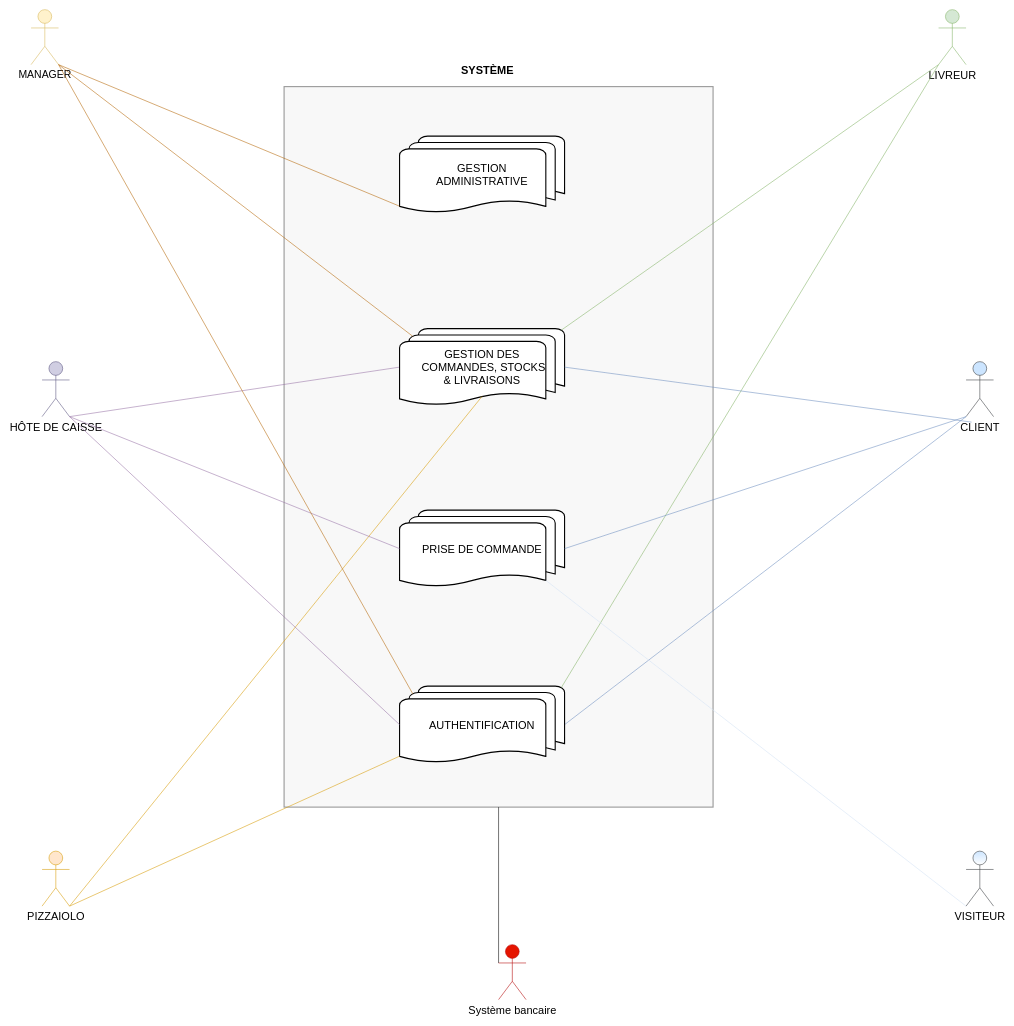
This is Client/Untitled Diagram.drawio from OMorlotti/P4-analyser-les-besoin-de-mon-client-pour-son-groupe-de-pizzerias, a draw.io file, before an edit. Source tidied: cells renumbered, new cells numbered last; positions are measured from the earlier drawing's top-left corner, leaving out a move shared by most shapes. Both pictures are drawn from the tidied source at 55%, with x=0, y=0 at pixel (31, 9).
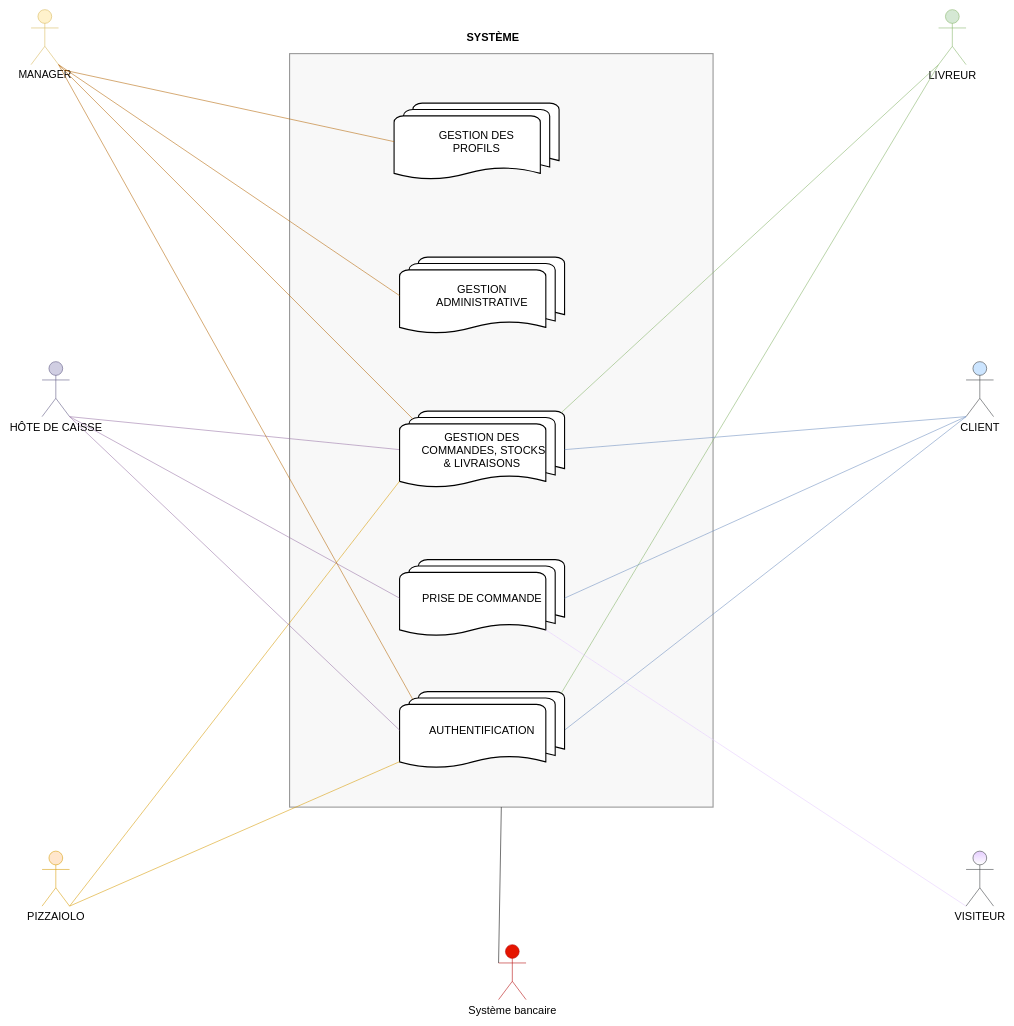
The same diagram, later.

Unchanged cells that the change refers to:
```xml
<mxCell id="3" value="&lt;font style=&quot;font-size: 20px&quot;&gt;CLIENT&lt;/font&gt;" style="shape=umlActor;verticalLabelPosition=bottom;labelBackgroundColor=#ffffff;verticalAlign=top;html=1;outlineConnect=0;fillColor=#cce5ff;strokeColor=#36393d;" parent="1" vertex="1">
  <mxGeometry x="1700" y="640" width="50" height="100" as="geometry" />
</mxCell>
<mxCell id="4" value="&lt;font style=&quot;font-size: 19px&quot;&gt;MANAGER&lt;/font&gt;" style="shape=umlActor;verticalLabelPosition=bottom;labelBackgroundColor=#ffffff;verticalAlign=top;html=1;outlineConnect=0;fillColor=#fff2cc;strokeColor=#d6b656;" parent="1" vertex="1">
  <mxGeometry width="50" height="100" as="geometry" />
</mxCell>
<mxCell id="7" value="&lt;font style=&quot;font-size: 20px&quot;&gt;PIZZAIOLO&lt;/font&gt;" style="shape=umlActor;verticalLabelPosition=bottom;labelBackgroundColor=#ffffff;verticalAlign=top;html=1;outlineConnect=0;fillColor=#ffe6cc;strokeColor=#d79b00;" parent="1" vertex="1">
  <mxGeometry x="20" y="1530" width="50" height="100" as="geometry" />
</mxCell>
```

The edit, as a diff of the source:
```diff
@@
     <mxCell id="2" style="rounded=0;whiteSpace=wrap;html=1;fillColor=#eeeeee;strokeColor=#000000;opacity=40;strokeWidth=2;" parent="1" vertex="1">
-      <mxGeometry x="460" y="140" width="780" height="1310" as="geometry" />
+      <mxGeometry x="470" y="80" width="770" height="1370" as="geometry" />
     </mxCell>
@@
     <mxCell id="11" value="&lt;font style=&quot;font-size: 20px&quot;&gt;AUTHENTIFICATION&lt;/font&gt;" style="strokeWidth=2;html=1;shape=mxgraph.flowchart.multi-document;whiteSpace=wrap;gradientColor=none;align=center;" parent="1" vertex="1">
-      <mxGeometry x="670" y="1230" width="300" height="140" as="geometry" />
+      <mxGeometry x="670" y="1240" width="300" height="140" as="geometry" />
     </mxCell>
     <mxCell id="12" value="&lt;span style=&quot;font-size: 20px&quot;&gt;PRISE DE COMMANDE&lt;/span&gt;" style="strokeWidth=2;html=1;shape=mxgraph.flowchart.multi-document;whiteSpace=wrap;gradientColor=none;align=center;" parent="1" vertex="1">
-      <mxGeometry x="670" y="910" width="300" height="140" as="geometry" />
+      <mxGeometry x="670" y="1000" width="300" height="140" as="geometry" />
     </mxCell>
     <mxCell id="13" value="&lt;span style=&quot;font-size: 20px&quot;&gt;GESTION&lt;br&gt;ADMINISTRATIVE&lt;/span&gt;" style="strokeWidth=2;html=1;shape=mxgraph.flowchart.multi-document;whiteSpace=wrap;gradientColor=none;align=center;" parent="1" vertex="1">
-      <mxGeometry x="670" y="230" width="300" height="140" as="geometry" />
+      <mxGeometry x="670" y="450" width="300" height="140" as="geometry" />
     </mxCell>
     <mxCell id="14" value="&lt;font style=&quot;font-size: 20px&quot;&gt;GESTION DES&lt;br&gt;&amp;nbsp;COMMANDES, STOCKS&lt;br&gt;&amp;amp; LIVRAISONS&lt;br&gt;&lt;/font&gt;" style="strokeWidth=2;html=1;shape=mxgraph.flowchart.multi-document;whiteSpace=wrap;gradientColor=none;align=center;" parent="1" vertex="1">
-      <mxGeometry x="670" y="580" width="300" height="140" as="geometry" />
+      <mxGeometry x="670" y="730" width="300" height="140" as="geometry" />
     </mxCell>
@@
-    <mxCell id="16" style="endArrow=none;html=1;entryX=0.5;entryY=0.88;entryDx=0;entryDy=0;entryPerimeter=0;fillColor=#ffe6cc;strokeColor=#d79b00;exitX=1;exitY=1;exitDx=0;exitDy=0;exitPerimeter=0;" parent="1" edge="1" source="7" target="14">
+    <mxCell id="16" style="endArrow=none;html=1;entryX=0;entryY=0.91;entryDx=0;entryDy=0;entryPerimeter=0;fillColor=#ffe6cc;strokeColor=#d79b00;exitX=1;exitY=1;exitDx=0;exitDy=0;exitPerimeter=0;" parent="1" edge="1" source="7" target="14">
       <mxGeometry relative="1" as="geometry" />
     </mxCell>
@@
-    <mxCell id="23" style="endArrow=none;html=1;exitX=1;exitY=1;exitDx=0;exitDy=0;exitPerimeter=0;fillColor=#fad7ac;strokeColor=#b46504;entryX=0;entryY=0.91;entryDx=0;entryDy=0;entryPerimeter=0;endFill=0;" parent="1" edge="1" source="4" target="13">
+    <mxCell id="23" style="endArrow=none;html=1;exitX=1;exitY=1;exitDx=0;exitDy=0;exitPerimeter=0;fillColor=#fad7ac;strokeColor=#b46504;entryX=0;entryY=0.5;entryDx=0;entryDy=0;entryPerimeter=0;endFill=0;" parent="1" edge="1" source="4" target="13">
       <mxGeometry relative="1" as="geometry" />
     </mxCell>
@@
     <mxCell id="25" value="&lt;font style=&quot;font-size: 20px&quot;&gt;&lt;b&gt;SYSTÈME&lt;/b&gt;&lt;/font&gt;" style="text;html=1;strokeColor=none;fillColor=none;align=center;verticalAlign=middle;whiteSpace=wrap;rounded=0;opacity=40;" parent="1" vertex="1">
-      <mxGeometry x="810" y="100" width="40" height="20" as="geometry" />
+      <mxGeometry x="820" y="40" width="40" height="20" as="geometry" />
     </mxCell>
@@
-    <mxCell id="27" style="endArrow=none;html=1;entryX=1;entryY=0.5;entryDx=0;entryDy=0;entryPerimeter=0;fillColor=#dae8fc;strokeColor=#6c8ebf;exitX=0;exitY=1;exitDx=0;exitDy=0;exitPerimeter=0;endFill=0;" parent="1" edge="1" target="14">
-      <mxGeometry relative="1" as="geometry">
-        <mxPoint x="1710" y="750" as="sourcePoint" />
-      </mxGeometry>
+    <mxCell id="27" style="endArrow=none;html=1;entryX=1;entryY=0.5;entryDx=0;entryDy=0;entryPerimeter=0;fillColor=#dae8fc;strokeColor=#6c8ebf;endFill=0;exitX=0;exitY=1;exitDx=0;exitDy=0;exitPerimeter=0;" parent="1" edge="1" source="3" target="14">
+      <mxGeometry relative="1" as="geometry" />
     </mxCell>
-    <mxCell id="28" value="&lt;font style=&quot;font-size: 20px&quot;&gt;VISITEUR&lt;/font&gt;" style="shape=umlActor;verticalLabelPosition=bottom;labelBackgroundColor=#ffffff;verticalAlign=top;html=1;outlineConnect=0;fillColor=#cce5ff;strokeColor=#36393d;gradientColor=#ffffff;" parent="1" vertex="1">
+    <mxCell id="28" value="&lt;font style=&quot;font-size: 20px&quot;&gt;VISITEUR&lt;/font&gt;" style="shape=umlActor;verticalLabelPosition=bottom;labelBackgroundColor=#ffffff;verticalAlign=top;html=1;outlineConnect=0;fillColor=#E5CCFF;strokeColor=#36393d;gradientColor=#ffffff;" parent="1" vertex="1">
       <mxGeometry x="1700" y="1530" width="50" height="100" as="geometry" />
     </mxCell>
-    <mxCell id="29" style="endArrow=none;html=1;entryX=0.885;entryY=0.91;entryDx=0;entryDy=0;entryPerimeter=0;fillColor=#dae8fc;strokeColor=#D4E1F5;exitX=0;exitY=1;exitDx=0;exitDy=0;exitPerimeter=0;endFill=0;" parent="1" edge="1" source="28" target="12">
+    <mxCell id="29" style="endArrow=none;html=1;entryX=0.885;entryY=0.91;entryDx=0;entryDy=0;entryPerimeter=0;fillColor=#dae8fc;strokeColor=#E5CCFF;exitX=0;exitY=1;exitDx=0;exitDy=0;exitPerimeter=0;endFill=0;" parent="1" edge="1" source="28" target="12">
       <mxGeometry relative="1" as="geometry" />
     </mxCell>
+    <mxCell id="30" value="&lt;font style=&quot;font-size: 20px&quot;&gt;GESTION DES&lt;br&gt;PROFILS&lt;/font&gt;" style="strokeWidth=2;html=1;shape=mxgraph.flowchart.multi-document;whiteSpace=wrap;gradientColor=none;align=center;" parent="1" vertex="1">
+      <mxGeometry x="660" y="170" width="300" height="140" as="geometry" />
+    </mxCell>
+    <mxCell id="31" style="endArrow=none;html=1;exitX=1;exitY=1;exitDx=0;exitDy=0;exitPerimeter=0;fillColor=#fad7ac;strokeColor=#b46504;entryX=0;entryY=0.5;entryDx=0;entryDy=0;entryPerimeter=0;endFill=0;" parent="1" edge="1" target="30">
+      <mxGeometry relative="1" as="geometry">
+        <mxPoint x="60" y="110" as="sourcePoint" />
+      </mxGeometry>
+    </mxCell>
```
